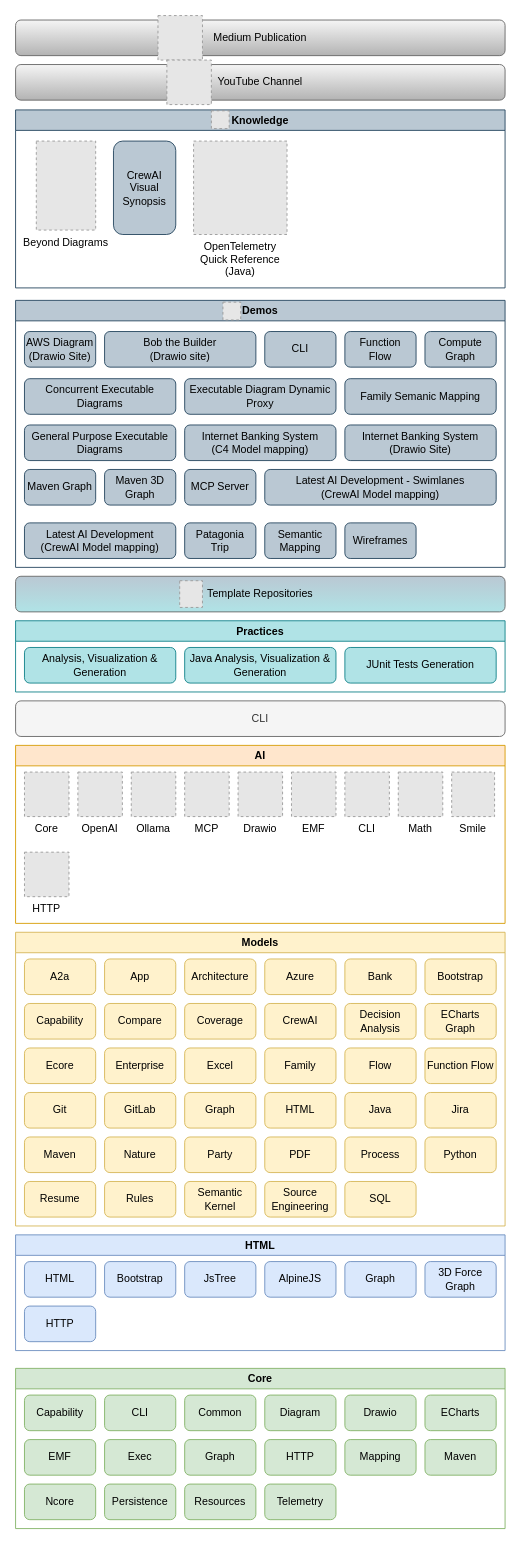
Earlier version of the draw.io diagram model/nasdanika.drawio (Nasdanika/nasdanika.github.io). Source tidied: cells renumbered, new cells numbered last; positions are measured from the earlier drawing's top-left corner, leaving out a move shared by most shapes. Both pictures are drawn from the tidied source at 89%, with x=0, y=0 at pixel (15, 15). Pictures stored in the file or linked from it are replaced by grey dashed boxes.
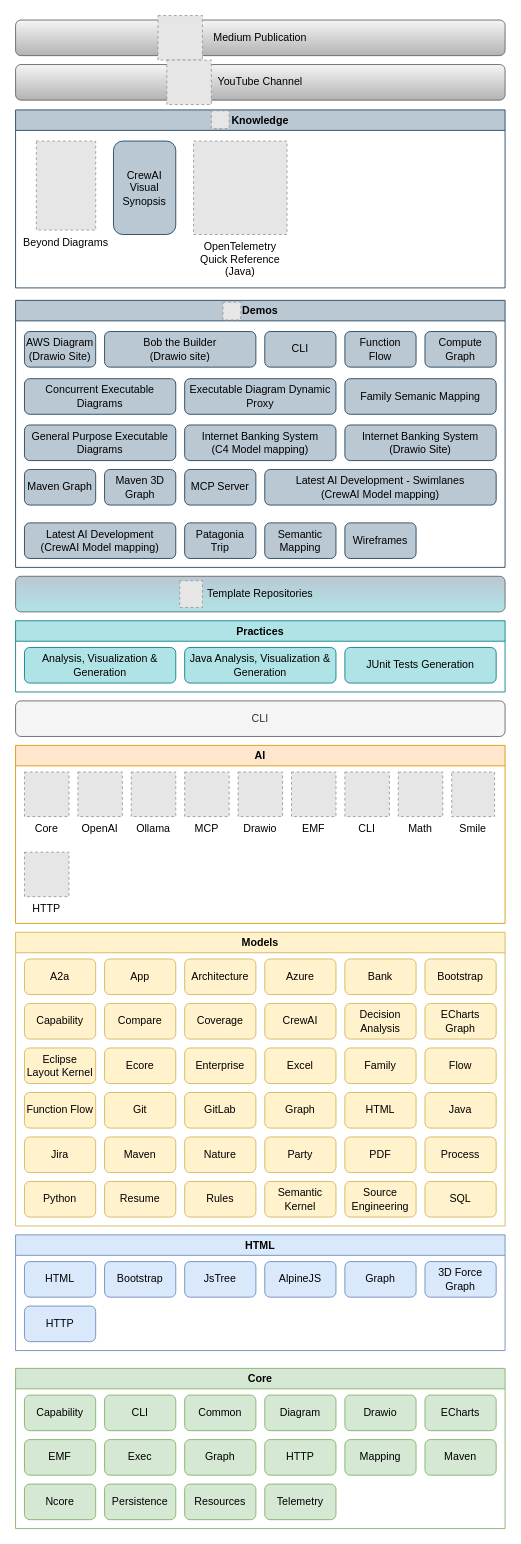
After the change.

Unchanged cells that the change refers to:
```xml
<mxCell id="27" value="Models" style="swimlane;whiteSpace=wrap;html=1;fillColor=#fff2cc;strokeColor=#d6b656;" parent="1" vertex="1">
  <mxGeometry y="1030" width="550" height="330" as="geometry" />
</mxCell>
```

Diff of the diagram source:
```diff
@@
     <mxCell id="28" value="GitLab" style="rounded=1;whiteSpace=wrap;html=1;fillColor=#fff2cc;strokeColor=#d6b656;" parent="27" vertex="1">
-      <mxGeometry x="100" y="180" width="80" height="40" as="geometry" />
+      <mxGeometry x="190" y="180" width="80" height="40" as="geometry" />
     </mxCell>
@@
     <mxCell id="30" value="Git" style="rounded=1;whiteSpace=wrap;html=1;fillColor=#fff2cc;strokeColor=#d6b656;" parent="27" vertex="1">
-      <mxGeometry x="10" y="180" width="80" height="40" as="geometry" />
+      <mxGeometry x="100" y="180" width="80" height="40" as="geometry" />
     </mxCell>
     <mxCell id="31" value="Excel" style="rounded=1;whiteSpace=wrap;html=1;fillColor=#fff2cc;strokeColor=#d6b656;" parent="27" vertex="1">
-      <mxGeometry x="190" y="130" width="80" height="40" as="geometry" />
+      <mxGeometry x="280" y="130" width="80" height="40" as="geometry" />
     </mxCell>
@@
     <mxCell id="33" value="Nature" style="rounded=1;whiteSpace=wrap;html=1;fillColor=#fff2cc;strokeColor=#d6b656;" parent="27" vertex="1">
-      <mxGeometry x="100" y="230" width="80" height="40" as="geometry" />
+      <mxGeometry x="190" y="230" width="80" height="40" as="geometry" />
     </mxCell>
@@
     <mxCell id="35" value="PDF" style="rounded=1;whiteSpace=wrap;html=1;fillColor=#fff2cc;strokeColor=#d6b656;" parent="27" vertex="1">
-      <mxGeometry x="280" y="230" width="80" height="40" as="geometry" />
+      <mxGeometry x="370" y="230" width="80" height="40" as="geometry" />
     </mxCell>
     <mxCell id="36" value="Party" style="rounded=1;whiteSpace=wrap;html=1;fillColor=#fff2cc;strokeColor=#d6b656;" parent="27" vertex="1">
-      <mxGeometry x="190" y="230" width="80" height="40" as="geometry" />
+      <mxGeometry x="280" y="230" width="80" height="40" as="geometry" />
     </mxCell>
     <mxCell id="37" value="Semantic&lt;div&gt;Kernel&lt;/div&gt;" style="rounded=1;whiteSpace=wrap;html=1;fillColor=#fff2cc;strokeColor=#d6b656;" parent="27" vertex="1">
-      <mxGeometry x="190" y="280" width="80" height="40" as="geometry" />
+      <mxGeometry x="280" y="280" width="80" height="40" as="geometry" />
     </mxCell>
     <mxCell id="38" value="Java" style="rounded=1;whiteSpace=wrap;html=1;fillColor=#fff2cc;strokeColor=#d6b656;" parent="27" vertex="1">
-      <mxGeometry x="370" y="180" width="80" height="40" as="geometry" />
+      <mxGeometry x="460" y="180" width="80" height="40" as="geometry" />
     </mxCell>
     <mxCell id="39" value="Maven" style="rounded=1;whiteSpace=wrap;html=1;fillColor=#fff2cc;strokeColor=#d6b656;" parent="27" vertex="1">
-      <mxGeometry x="10" y="230" width="80" height="40" as="geometry" />
+      <mxGeometry x="100" y="230" width="80" height="40" as="geometry" />
     </mxCell>
     <mxCell id="40" value="Enterprise" style="rounded=1;whiteSpace=wrap;html=1;fillColor=#fff2cc;strokeColor=#d6b656;" parent="27" vertex="1">
-      <mxGeometry x="100" y="130" width="80" height="40" as="geometry" />
+      <mxGeometry x="190" y="130" width="80" height="40" as="geometry" />
     </mxCell>
     <mxCell id="41" value="Function Flow" style="rounded=1;whiteSpace=wrap;html=1;fillColor=#fff2cc;strokeColor=#d6b656;" parent="27" vertex="1">
-      <mxGeometry x="460" y="130" width="80" height="40" as="geometry" />
+      <mxGeometry x="10" y="180" width="80" height="40" as="geometry" />
     </mxCell>
     <mxCell id="42" value="Rules" style="rounded=1;whiteSpace=wrap;html=1;fillColor=#fff2cc;strokeColor=#d6b656;" parent="27" vertex="1">
-      <mxGeometry x="100" y="280" width="80" height="40" as="geometry" />
+      <mxGeometry x="190" y="280" width="80" height="40" as="geometry" />
     </mxCell>
@@
     <mxCell id="44" value="Ecore" style="rounded=1;whiteSpace=wrap;html=1;fillColor=#fff2cc;strokeColor=#d6b656;" parent="27" vertex="1">
-      <mxGeometry x="10" y="130" width="80" height="40" as="geometry" />
+      <mxGeometry x="100" y="130" width="80" height="40" as="geometry" />
     </mxCell>
     <mxCell id="45" value="Jira" style="rounded=1;whiteSpace=wrap;html=1;fillColor=#fff2cc;strokeColor=#d6b656;" parent="27" vertex="1">
-      <mxGeometry x="460" y="180" width="80" height="40" as="geometry" />
+      <mxGeometry x="10" y="230" width="80" height="40" as="geometry" />
     </mxCell>
@@
     <mxCell id="51" value="Family" style="rounded=1;whiteSpace=wrap;html=1;fillColor=#fff2cc;strokeColor=#d6b656;" parent="27" vertex="1">
-      <mxGeometry x="280" y="130" width="80" height="40" as="geometry" />
+      <mxGeometry x="370" y="130" width="80" height="40" as="geometry" />
     </mxCell>
     <mxCell id="52" value="Flow" style="rounded=1;whiteSpace=wrap;html=1;fillColor=#fff2cc;strokeColor=#d6b656;" parent="27" vertex="1">
-      <mxGeometry x="370" y="130" width="80" height="40" as="geometry" />
+      <mxGeometry x="460" y="130" width="80" height="40" as="geometry" />
     </mxCell>
     <mxCell id="53" value="HTML" style="rounded=1;whiteSpace=wrap;html=1;fillColor=#fff2cc;strokeColor=#d6b656;" parent="27" vertex="1">
-      <mxGeometry x="280" y="180" width="80" height="40" as="geometry" />
+      <mxGeometry x="370" y="180" width="80" height="40" as="geometry" />
     </mxCell>
@@
     <mxCell id="55" value="Python" style="rounded=1;whiteSpace=wrap;html=1;fillColor=#fff2cc;strokeColor=#d6b656;" parent="27" vertex="1">
-      <mxGeometry x="460" y="230" width="80" height="40" as="geometry" />
+      <mxGeometry x="10" y="280" width="80" height="40" as="geometry" />
     </mxCell>
@@
     <mxCell id="57" value="Graph" style="rounded=1;whiteSpace=wrap;html=1;fillColor=#fff2cc;strokeColor=#d6b656;" parent="27" vertex="1">
-      <mxGeometry x="190" y="180" width="80" height="40" as="geometry" />
+      <mxGeometry x="280" y="180" width="80" height="40" as="geometry" />
     </mxCell>
     <mxCell id="58" value="SQL" style="rounded=1;whiteSpace=wrap;html=1;fillColor=#fff2cc;strokeColor=#d6b656;" parent="27" vertex="1">
-      <mxGeometry x="370" y="280" width="80" height="40" as="geometry" />
+      <mxGeometry x="460" y="280" width="80" height="40" as="geometry" />
     </mxCell>
@@
     <mxCell id="60" value="Process" style="rounded=1;whiteSpace=wrap;html=1;fillColor=#fff2cc;strokeColor=#d6b656;" parent="27" vertex="1">
-      <mxGeometry x="370" y="230" width="80" height="40" as="geometry" />
+      <mxGeometry x="460" y="230" width="80" height="40" as="geometry" />
     </mxCell>
     <mxCell id="61" value="Source&lt;div&gt;Engineering&lt;/div&gt;" style="rounded=1;whiteSpace=wrap;html=1;fillColor=#fff2cc;strokeColor=#d6b656;" parent="27" vertex="1">
-      <mxGeometry x="280" y="280" width="80" height="40" as="geometry" />
+      <mxGeometry x="370" y="280" width="80" height="40" as="geometry" />
     </mxCell>
     <mxCell id="62" value="Resume" style="rounded=1;whiteSpace=wrap;html=1;fillColor=#fff2cc;strokeColor=#d6b656;" parent="27" vertex="1">
-      <mxGeometry x="10" y="280" width="80" height="40" as="geometry" />
+      <mxGeometry x="100" y="280" width="80" height="40" as="geometry" />
     </mxCell>
+    <mxCell id="111" value="Eclipse Layout Kernel" style="rounded=1;whiteSpace=wrap;html=1;fillColor=#fff2cc;strokeColor=#d6b656;" parent="27" vertex="1">
+      <mxGeometry x="10" y="130" width="80" height="40" as="geometry" />
+    </mxCell>
```
